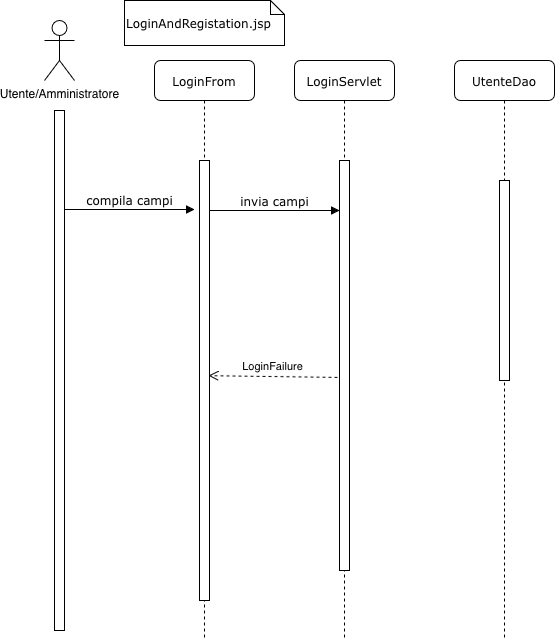
Before: Deliverables/Requirement Analysis Document images/SEQUENCE_DIAGRAMS/SequenceDiagramUC1.2.png, a diagram exported from draw.io (SigsUni/LaCantina). Source tidied: cells renumbered, new cells last; positions are measured from the earlier drawing's top-left corner, leaving out a move shared by most shapes. Its diagram source:
```xml
<mxGraphModel>
  <root>
    <mxCell id="0" />
    <mxCell id="1" parent="0" />
    <mxCell id="2" value="LoginServlet" style="shape=umlLifeline;perimeter=lifelinePerimeter;whiteSpace=wrap;html=1;rounded=1;shadow=0;comic=0;labelBackgroundColor=none;strokeWidth=1;fontFamily=Verdana;fontSize=12;align=center;" parent="1" vertex="1">
      <mxGeometry x="250" y="60" width="100" height="580" as="geometry" />
    </mxCell>
    <mxCell id="3" style="html=1;points=[];perimeter=orthogonalPerimeter;rounded=0;shadow=0;comic=0;labelBackgroundColor=none;strokeWidth=1;fontFamily=Verdana;fontSize=12;align=center;" parent="2" vertex="1">
      <mxGeometry x="45" y="100" width="10" height="410" as="geometry" />
    </mxCell>
    <mxCell id="4" value="invia campi" style="html=1;verticalAlign=bottom;endArrow=block;entryX=0;entryY=0;labelBackgroundColor=none;fontFamily=Verdana;fontSize=12;edgeStyle=elbowEdgeStyle;elbow=horizontal;" parent="2" edge="1">
      <mxGeometry relative="1" as="geometry">
        <mxPoint x="-85" y="150" as="sourcePoint" />
        <mxPoint x="45" y="150" as="targetPoint" />
      </mxGeometry>
    </mxCell>
    <mxCell id="5" value="UtenteDao" style="shape=umlLifeline;perimeter=lifelinePerimeter;whiteSpace=wrap;html=1;rounded=1;shadow=0;comic=0;labelBackgroundColor=none;strokeWidth=1;fontFamily=Verdana;fontSize=12;align=center;" parent="1" vertex="1">
      <mxGeometry x="410" y="60" width="100" height="580" as="geometry" />
    </mxCell>
    <mxCell id="6" style="html=1;perimeter=orthogonalPerimeter;rounded=0;shadow=0;comic=0;labelBackgroundColor=none;strokeWidth=1;fontFamily=Verdana;fontSize=12;align=center;" parent="5" vertex="1">
      <mxGeometry x="45" y="120" width="10" height="200" as="geometry" />
    </mxCell>
    <mxCell id="7" value="LoginFrom" style="shape=umlLifeline;perimeter=lifelinePerimeter;whiteSpace=wrap;html=1;rounded=1;shadow=0;comic=0;labelBackgroundColor=none;strokeWidth=1;fontFamily=Verdana;fontSize=12;align=center;" parent="1" vertex="1">
      <mxGeometry x="110" y="60" width="100" height="580" as="geometry" />
    </mxCell>
    <mxCell id="8" style="html=1;points=[];perimeter=orthogonalPerimeter;rounded=0;shadow=0;comic=0;labelBackgroundColor=none;strokeWidth=1;fontFamily=Verdana;fontSize=12;align=center;" parent="7" vertex="1">
      <mxGeometry x="45" y="100" width="10" height="440" as="geometry" />
    </mxCell>
    <mxCell id="9" value="Utente/Amministratore" style="shape=umlActor;verticalLabelPosition=bottom;verticalAlign=top;html=1;" parent="1" vertex="1">
      <mxGeometry y="20" width="30" height="60" as="geometry" />
    </mxCell>
    <mxCell id="10" style="html=1;perimeter=orthogonalPerimeter;rounded=0;shadow=0;comic=0;labelBackgroundColor=none;strokeWidth=1;fontFamily=Verdana;fontSize=12;align=center;" parent="1" vertex="1">
      <mxGeometry x="10" y="110" width="10" height="520" as="geometry" />
    </mxCell>
    <mxCell id="11" value="compila campi" style="html=1;verticalAlign=bottom;endArrow=block;entryX=0;entryY=0;labelBackgroundColor=none;fontFamily=Verdana;fontSize=12;edgeStyle=elbowEdgeStyle;elbow=vertical;" parent="1" edge="1">
      <mxGeometry relative="1" as="geometry">
        <mxPoint x="20" y="209" as="sourcePoint" />
        <mxPoint x="150" y="209" as="targetPoint" />
      </mxGeometry>
    </mxCell>
    <mxCell id="12" value="&lt;div&gt;&lt;br&gt;&lt;/div&gt;&lt;div&gt;LoginAndRegistation.jsp&lt;/div&gt;" style="shape=note;whiteSpace=wrap;html=1;size=14;verticalAlign=top;align=left;spacingTop=-6;rounded=0;shadow=0;comic=0;labelBackgroundColor=none;strokeWidth=1;fontFamily=Verdana;fontSize=12;" parent="1" vertex="1">
      <mxGeometry x="80" width="160" height="45" as="geometry" />
    </mxCell>
    <mxCell id="13" value="LoginFailure" style="html=1;verticalAlign=bottom;endArrow=open;dashed=1;endSize=8;curved=0;rounded=0;entryX=0.9;entryY=0.489;entryDx=0;entryDy=0;entryPerimeter=0;exitX=-0.2;exitY=0.529;exitDx=0;exitDy=0;exitPerimeter=0;" parent="1" edge="1" source="3" target="8">
      <mxGeometry relative="1" as="geometry" />
    </mxCell>
  </root>
</mxGraphModel>
```
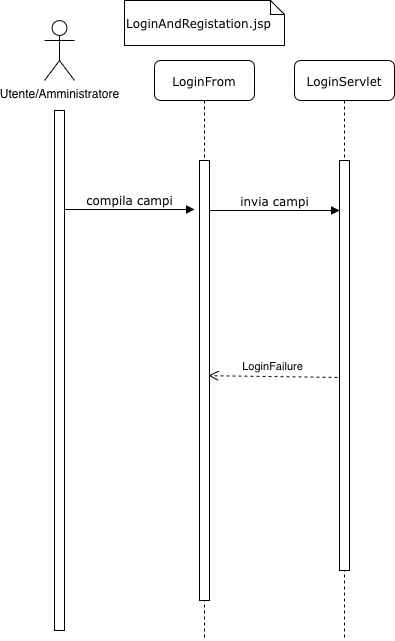
After the commit.

Diff of the diagram source:
```diff
@@ -14,12 +14,6 @@
         <mxPoint x="45" y="150" as="targetPoint" />
       </mxGeometry>
     </mxCell>
-    <mxCell id="5" value="UtenteDao" style="shape=umlLifeline;perimeter=lifelinePerimeter;whiteSpace=wrap;html=1;rounded=1;shadow=0;comic=0;labelBackgroundColor=none;strokeWidth=1;fontFamily=Verdana;fontSize=12;align=center;" parent="1" vertex="1">
-      <mxGeometry x="410" y="60" width="100" height="580" as="geometry" />
-    </mxCell>
-    <mxCell id="6" style="html=1;perimeter=orthogonalPerimeter;rounded=0;shadow=0;comic=0;labelBackgroundColor=none;strokeWidth=1;fontFamily=Verdana;fontSize=12;align=center;" parent="5" vertex="1">
-      <mxGeometry x="45" y="120" width="10" height="200" as="geometry" />
-    </mxCell>
     <mxCell id="7" value="LoginFrom" style="shape=umlLifeline;perimeter=lifelinePerimeter;whiteSpace=wrap;html=1;rounded=1;shadow=0;comic=0;labelBackgroundColor=none;strokeWidth=1;fontFamily=Verdana;fontSize=12;align=center;" parent="1" vertex="1">
       <mxGeometry x="110" y="60" width="100" height="580" as="geometry" />
     </mxCell>
```
